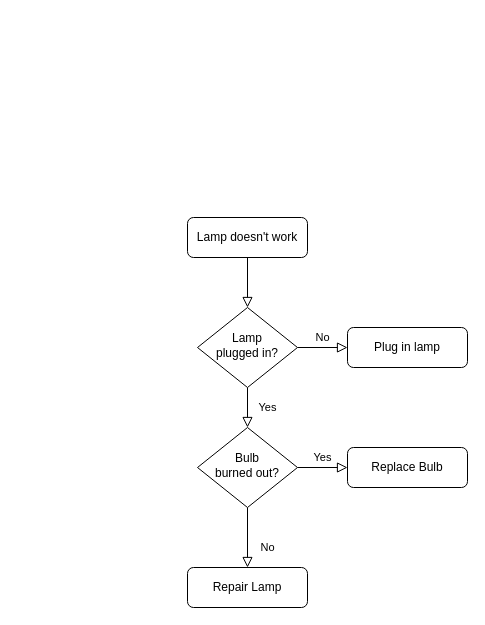
The draw.io diagram LogTrader.drawio in githubLogger/ProjectDocument, before the edit. Source tidied: cells renumbered, new cells numbered last; positions are measured from the earlier drawing's top-left corner, leaving out a move shared by most shapes. Both pictures are drawn from the tidied source at 100%, with x=0, y=0 at pixel (187, 217).
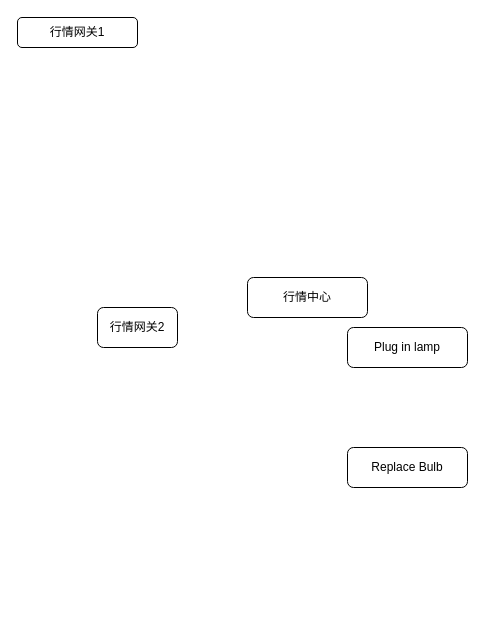
Above is the later version.

Diff of the diagram source:
```diff
@@
 <mxGraphModel>
   <root>
     <mxCell id="0" />
     <mxCell id="1" parent="0" />
-    <mxCell id="2" style="rounded=0;html=1;jettySize=auto;fontSize=11;endArrow=block;endFill=0;endSize=8;strokeWidth=1;shadow=0;labelBackgroundColor=none;edgeStyle=orthogonalEdgeStyle;" parent="1" edge="1" source="3" target="6">
-      <mxGeometry relative="1" as="geometry" />
-    </mxCell>
-    <mxCell id="3" value="Lamp doesn't work" style="rounded=1;whiteSpace=wrap;html=1;fontSize=12;glass=0;strokeWidth=1;shadow=0;" parent="1" vertex="1">
-      <mxGeometry width="120" height="40" as="geometry" />
+    <mxCell id="3" value="行情网关1" style="rounded=1;whiteSpace=wrap;html=1;fontSize=12;glass=0;strokeWidth=1;shadow=0;" parent="1" vertex="1">
+      <mxGeometry x="-170" y="-200" width="120" height="30" as="geometry" />
     </mxCell>
-    <mxCell id="4" value="Yes" style="rounded=0;html=1;jettySize=auto;fontSize=11;endArrow=block;endFill=0;endSize=8;strokeWidth=1;shadow=0;labelBackgroundColor=none;edgeStyle=orthogonalEdgeStyle;" parent="1" edge="1" source="6" target="10">
-      <mxGeometry y="20" relative="1" as="geometry" />
-    </mxCell>
-    <mxCell id="5" value="No" style="edgeStyle=orthogonalEdgeStyle;rounded=0;html=1;jettySize=auto;fontSize=11;endArrow=block;endFill=0;endSize=8;strokeWidth=1;shadow=0;labelBackgroundColor=none;" parent="1" edge="1" source="6" target="7">
-      <mxGeometry y="10" relative="1" as="geometry" />
-    </mxCell>
-    <mxCell id="6" value="Lamp&lt;br&gt;plugged in?" style="rhombus;whiteSpace=wrap;html=1;shadow=0;fontFamily=Helvetica;fontSize=12;align=center;strokeWidth=1;spacing=6;spacingTop=-4;" parent="1" vertex="1">
-      <mxGeometry x="10" y="90" width="100" height="80" as="geometry" />
-    </mxCell>
     <mxCell id="7" value="Plug in lamp" style="rounded=1;whiteSpace=wrap;html=1;fontSize=12;glass=0;strokeWidth=1;shadow=0;" parent="1" vertex="1">
       <mxGeometry x="160" y="110" width="120" height="40" as="geometry" />
     </mxCell>
-    <mxCell id="8" value="No" style="rounded=0;html=1;jettySize=auto;fontSize=11;endArrow=block;endFill=0;endSize=8;strokeWidth=1;shadow=0;labelBackgroundColor=none;edgeStyle=orthogonalEdgeStyle;" parent="1" edge="1" source="10" target="11">
-      <mxGeometry x="0.33" y="20" relative="1" as="geometry" />
-    </mxCell>
-    <mxCell id="9" value="Yes" style="edgeStyle=orthogonalEdgeStyle;rounded=0;html=1;jettySize=auto;fontSize=11;endArrow=block;endFill=0;endSize=8;strokeWidth=1;shadow=0;labelBackgroundColor=none;" parent="1" edge="1" source="10" target="12">
-      <mxGeometry y="10" relative="1" as="geometry" />
-    </mxCell>
-    <mxCell id="10" value="Bulb&lt;br&gt;burned out?" style="rhombus;whiteSpace=wrap;html=1;shadow=0;fontFamily=Helvetica;fontSize=12;align=center;strokeWidth=1;spacing=6;spacingTop=-4;" parent="1" vertex="1">
-      <mxGeometry x="10" y="210" width="100" height="80" as="geometry" />
-    </mxCell>
-    <mxCell id="11" value="Repair Lamp" style="rounded=1;whiteSpace=wrap;html=1;fontSize=12;glass=0;strokeWidth=1;shadow=0;" parent="1" vertex="1">
-      <mxGeometry y="350" width="120" height="40" as="geometry" />
+    <mxCell id="11" value="行情中心" style="rounded=1;whiteSpace=wrap;html=1;fontSize=12;glass=0;strokeWidth=1;shadow=0;" parent="1" vertex="1">
+      <mxGeometry x="60" y="60" width="120" height="40" as="geometry" />
     </mxCell>
     <mxCell id="12" value="Replace Bulb" style="rounded=1;whiteSpace=wrap;html=1;fontSize=12;glass=0;strokeWidth=1;shadow=0;" parent="1" vertex="1">
       <mxGeometry x="160" y="230" width="120" height="40" as="geometry" />
     </mxCell>
+    <mxCell id="13" value="行情网关2" style="rounded=1;whiteSpace=wrap;html=1;fontSize=12;glass=0;strokeWidth=1;shadow=0;" parent="1" vertex="1">
+      <mxGeometry x="-90" y="90" width="80" height="40" as="geometry" />
+    </mxCell>
   </root>
 </mxGraphModel>
```
